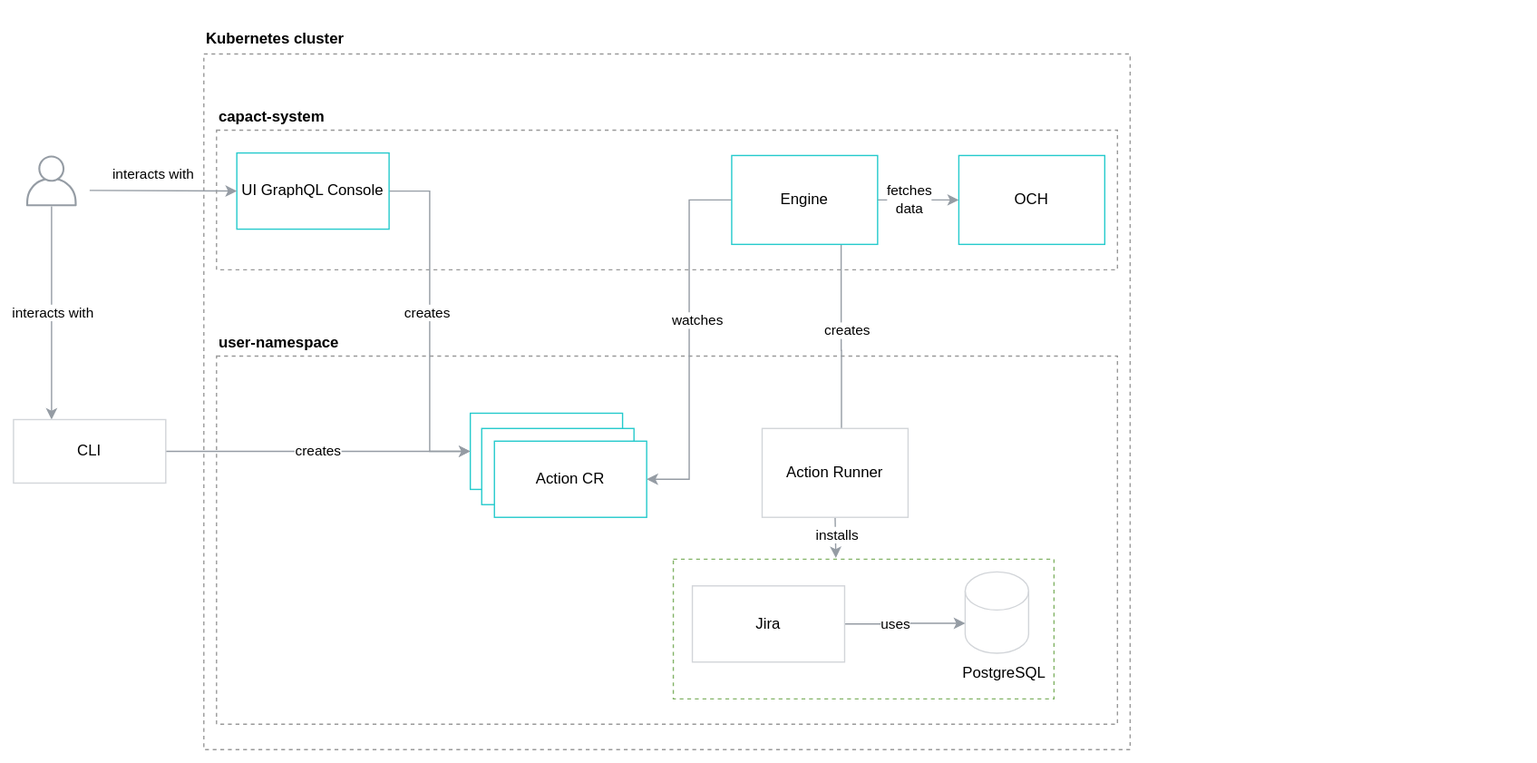
Before: docs/tutorial/jira-installation/assets/install-in-cluster.svg, a diagram exported from draw.io (capactio/capact). Source tidied: cells renumbered, new cells last; positions are measured from the earlier drawing's top-left corner, leaving out a move shared by most shapes.
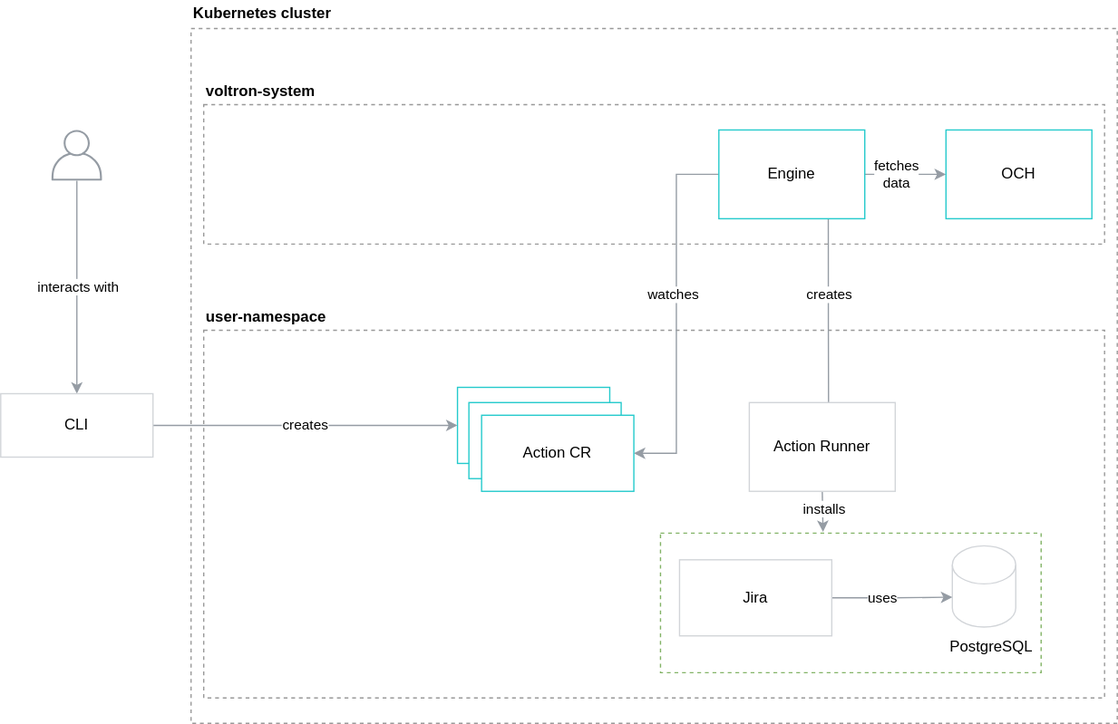
After the change.

The edit, as a diff of the source:
```diff
@@ -2,9 +2,6 @@
   <root>
     <mxCell id="0" />
     <mxCell id="1" parent="0" />
-    <mxCell id="2" style="rounded=0;whiteSpace=wrap;html=1;strokeColor=none;" parent="1" vertex="1">
-      <mxGeometry width="1210" height="600" as="geometry" />
-    </mxCell>
     <mxCell id="3" style="rounded=0;whiteSpace=wrap;html=1;dashed=1;fillColor=none;strokeColor=#999999;" parent="1" vertex="1">
       <mxGeometry x="160" y="42" width="730" height="548" as="geometry" />
     </mxCell>
@@ -21,36 +18,17 @@
       </mxGeometry>
     </mxCell>
     <mxCell id="7" style="fontColor=#232F3E;gradientColor=none;strokeColor=none;dashed=0;verticalLabelPosition=bottom;verticalAlign=top;align=center;html=1;fontSize=12;fontStyle=0;shape=mxgraph.aws4.user;fillColor=#959CA4;" parent="1" vertex="1">
-      <mxGeometry x="20" y="122" width="40" height="40" as="geometry" />
+      <mxGeometry x="50" y="122" width="40" height="40" as="geometry" />
     </mxCell>
     <mxCell id="8" value="&lt;b&gt;Kubernetes cluster&lt;/b&gt;" style="text;html=1;strokeColor=none;fillColor=none;align=left;verticalAlign=middle;whiteSpace=wrap;rounded=0;" parent="1" vertex="1">
       <mxGeometry x="160" y="20" width="120" height="20" as="geometry" />
     </mxCell>
-    <mxCell id="9" style="edgeStyle=orthogonalEdgeStyle;rounded=0;jettySize=auto;html=1;exitX=1;exitY=0.5;exitDx=0;exitDy=0;strokeColor=#959CA4;entryX=0;entryY=0.5;entryDx=0;entryDy=0;" parent="1" edge="1" source="11" target="23">
-      <mxGeometry relative="1" as="geometry" />
-    </mxCell>
-    <mxCell id="10" value="creates" style="edgeLabel;html=1;align=center;verticalAlign=middle;" parent="9" vertex="1">
-      <mxGeometry x="-0.06" y="-3" relative="1" as="geometry" />
-    </mxCell>
-    <mxCell id="11" value="UI GraphQL Console" style="rounded=0;whiteSpace=wrap;html=1;strokeColor=#24CACC;" parent="1" vertex="1">
-      <mxGeometry x="186" y="120" width="120" height="60" as="geometry" />
-    </mxCell>
-    <mxCell id="12" style="endArrow=classic;html=1;entryX=0;entryY=0.5;entryDx=0;entryDy=0;strokeColor=#959CA4;" parent="1" edge="1" target="11">
-      <mxGeometry relative="1" as="geometry">
-        <mxPoint x="70" y="149.5" as="sourcePoint" />
-      </mxGeometry>
-    </mxCell>
-    <mxCell id="13" value="interacts with" style="edgeLabel;html=1;align=center;verticalAlign=middle;" parent="12" vertex="1">
-      <mxGeometry x="-0.24" y="-2" relative="1" as="geometry">
-        <mxPoint x="6" y="-15" as="offset" />
-      </mxGeometry>
-    </mxCell>
     <mxCell id="14" style="edgeStyle=orthogonalEdgeStyle;rounded=0;jettySize=auto;html=1;exitX=0;exitY=0.5;exitDx=0;exitDy=0;entryX=1;entryY=0.5;entryDx=0;entryDy=0;strokeColor=#959CA4;" parent="1" edge="1" source="20" target="25">
       <mxGeometry relative="1" as="geometry" />
     </mxCell>
     <mxCell id="15" value="watches" style="edgeLabel;html=1;align=center;verticalAlign=middle;" parent="14" vertex="1">
       <mxGeometry x="0.1" y="3" relative="1" as="geometry">
-        <mxPoint x="2.5" y="-30.5" as="offset" />
+        <mxPoint x="-6" y="-30" as="offset" />
       </mxGeometry>
     </mxCell>
     <mxCell id="16" style="edgeStyle=orthogonalEdgeStyle;rounded=0;jettySize=auto;html=1;exitX=0.75;exitY=1;exitDx=0;exitDy=0;strokeColor=#959CA4;" parent="1" edge="1" source="20">
@@ -59,7 +37,9 @@
       </mxGeometry>
     </mxCell>
     <mxCell id="17" value="creates" style="edgeLabel;html=1;align=center;verticalAlign=middle;" parent="16" vertex="1">
-      <mxGeometry x="-0.19" y="4" relative="1" as="geometry" />
+      <mxGeometry x="-0.19" y="4" relative="1" as="geometry">
+        <mxPoint x="-4" y="-8" as="offset" />
+      </mxGeometry>
     </mxCell>
     <mxCell id="18" style="edgeStyle=orthogonalEdgeStyle;rounded=0;jettySize=auto;html=1;strokeColor=#959CA4;" parent="1" edge="1" source="20" target="22">
       <mxGeometry relative="1" as="geometry" />
@@ -118,9 +98,10 @@
     <mxCell id="36" value="Jira" style="rounded=0;whiteSpace=wrap;html=1;strokeColor=#D2D5D9;" parent="30" vertex="1">
       <mxGeometry x="15" y="21" width="120" height="60" as="geometry" />
     </mxCell>
-    <mxCell id="37" style="edgeStyle=orthogonalEdgeStyle;rounded=0;jettySize=auto;html=1;entryX=0.25;entryY=0;entryDx=0;entryDy=0;strokeColor=#959CA4;" parent="1" edge="1" target="40">
+    <mxCell id="37" style="edgeStyle=orthogonalEdgeStyle;rounded=0;orthogonalLoop=1;jettySize=auto;html=1;entryX=0.25;entryY=0;entryDx=0;entryDy=0;strokeColor=#959CA4;" parent="1" edge="1">
       <mxGeometry relative="1" as="geometry">
-        <mxPoint x="40" y="162" as="sourcePoint" />
+        <mxPoint x="70" y="162" as="sourcePoint" />
+        <mxPoint x="70" y="330" as="targetPoint" />
       </mxGeometry>
     </mxCell>
     <mxCell id="38" value="interacts with" style="edgeLabel;html=1;align=center;verticalAlign=middle;" parent="37" vertex="1">
```
